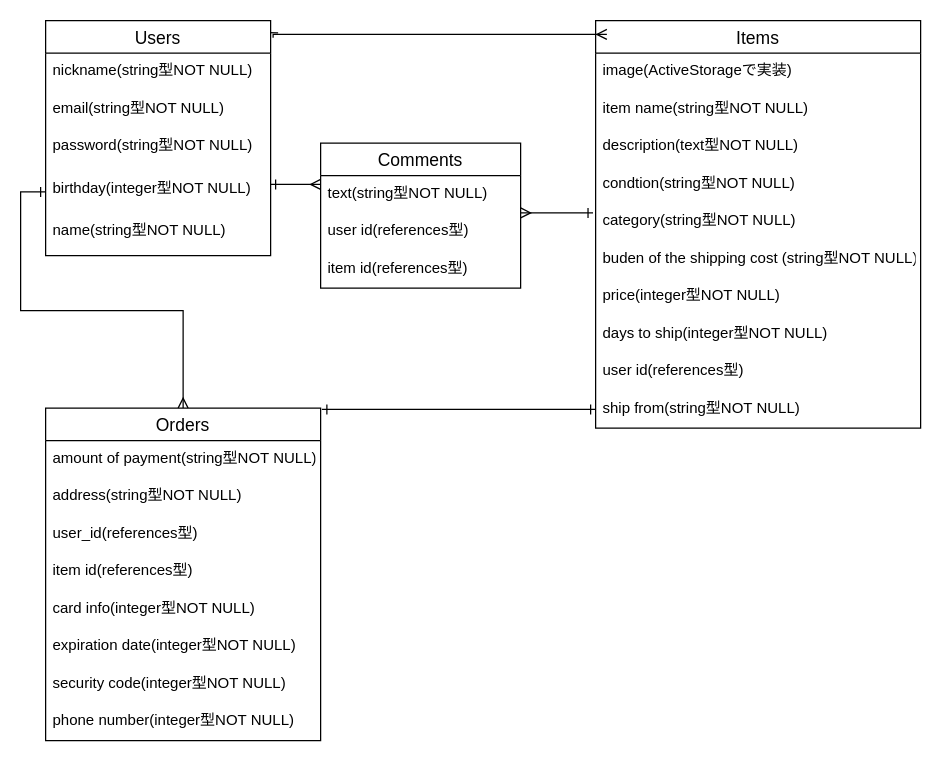
Above: furima.dio in HiroRin753/furima-30569 (draw.io), before the change. Source tidied: cells renumbered, new cells numbered last; positions are measured from the earlier drawing's top-left corner, leaving out a move shared by most shapes. Both pictures are drawn from the tidied source at 125%, with x=0, y=0 at pixel (45, 20).
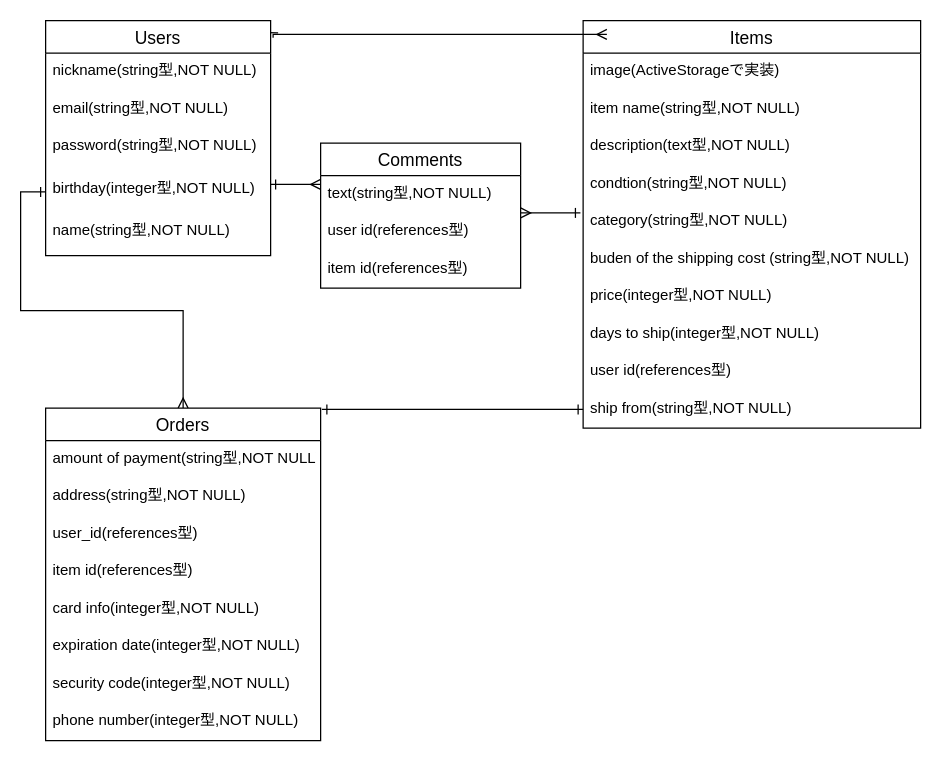
The same diagram, later.

Commit message (it also covers changes not shown here):
データベース設計

Unchanged cells that the change refers to:
```xml
<mxCell id="14" value="Users" style="swimlane;fontStyle=0;horizontal=1;startSize=26;align=center;fontSize=14;direction=east;" parent="1" vertex="1">
  <mxGeometry width="180" height="188" as="geometry" />
</mxCell>
<mxCell id="24" value="Orders" style="swimlane;fontStyle=0;horizontal=1;startSize=26;align=center;fontSize=14;" parent="1" vertex="1">
  <mxGeometry y="310" width="220" height="266" as="geometry" />
</mxCell>
<mxCell id="33" value="Comments" style="swimlane;fontStyle=0;horizontal=1;startSize=26;align=center;fontSize=14;" parent="1" vertex="1">
  <mxGeometry x="220" y="98" width="160" height="116" as="geometry" />
</mxCell>
```

Change to the diagram source:
```diff
@@
     <mxCell id="2" value="Items" style="swimlane;fontStyle=0;horizontal=1;startSize=26;align=center;fontSize=14;" parent="1" vertex="1">
-      <mxGeometry x="440" width="260" height="326" as="geometry" />
+      <mxGeometry x="430" width="270" height="326" as="geometry" />
     </mxCell>
     <mxCell id="3" value="image(ActiveStorageで実装)" style="text;strokeColor=none;fillColor=none;spacingLeft=4;spacingRight=4;overflow=hidden;fontSize=12;" parent="2" vertex="1">
-      <mxGeometry y="26" width="260" height="30" as="geometry" />
+      <mxGeometry y="26" width="270" height="30" as="geometry" />
     </mxCell>
-    <mxCell id="4" value="item name(string型NOT NULL)" style="text;strokeColor=none;fillColor=none;spacingLeft=4;spacingRight=4;overflow=hidden;fontSize=12;" parent="2" vertex="1">
-      <mxGeometry y="56" width="260" height="30" as="geometry" />
+    <mxCell id="4" value="item name(string型,NOT NULL)" style="text;strokeColor=none;fillColor=none;spacingLeft=4;spacingRight=4;overflow=hidden;fontSize=12;" parent="2" vertex="1">
+      <mxGeometry y="56" width="270" height="30" as="geometry" />
     </mxCell>
-    <mxCell id="5" value="description(text型NOT NULL)" style="text;strokeColor=none;fillColor=none;spacingLeft=4;spacingRight=4;overflow=hidden;fontSize=12;" parent="2" vertex="1">
-      <mxGeometry y="86" width="260" height="30" as="geometry" />
+    <mxCell id="5" value="description(text型,NOT NULL)" style="text;strokeColor=none;fillColor=none;spacingLeft=4;spacingRight=4;overflow=hidden;fontSize=12;" parent="2" vertex="1">
+      <mxGeometry y="86" width="270" height="30" as="geometry" />
     </mxCell>
-    <mxCell id="6" value="condtion(string型NOT NULL)&#10;" style="text;strokeColor=none;fillColor=none;spacingLeft=4;spacingRight=4;overflow=hidden;fontSize=12;" parent="2" vertex="1">
-      <mxGeometry y="116" width="260" height="30" as="geometry" />
+    <mxCell id="6" value="condtion(string型,NOT NULL)&#10;" style="text;strokeColor=none;fillColor=none;spacingLeft=4;spacingRight=4;overflow=hidden;fontSize=12;" parent="2" vertex="1">
+      <mxGeometry y="116" width="270" height="30" as="geometry" />
     </mxCell>
-    <mxCell id="7" value="category(string型NOT NULL)" style="text;strokeColor=none;fillColor=none;spacingLeft=4;spacingRight=4;overflow=hidden;points=[[0,0.5],[1,0.5]];portConstraint=eastwest;fontSize=12;" parent="2" vertex="1">
-      <mxGeometry y="146" width="260" height="30" as="geometry" />
+    <mxCell id="7" value="category(string型,NOT NULL)" style="text;strokeColor=none;fillColor=none;spacingLeft=4;spacingRight=4;overflow=hidden;points=[[0,0.5],[1,0.5]];portConstraint=eastwest;fontSize=12;" parent="2" vertex="1">
+      <mxGeometry y="146" width="270" height="30" as="geometry" />
     </mxCell>
-    <mxCell id="8" value="buden of the shipping cost (string型NOT NULL)" style="text;strokeColor=none;fillColor=none;spacingLeft=4;spacingRight=4;overflow=hidden;fontSize=12;" parent="2" vertex="1">
-      <mxGeometry y="176" width="260" height="30" as="geometry" />
+    <mxCell id="8" value="buden of the shipping cost (string型,NOT NULL)" style="text;strokeColor=none;fillColor=none;spacingLeft=4;spacingRight=4;overflow=hidden;fontSize=12;" parent="2" vertex="1">
+      <mxGeometry y="176" width="270" height="30" as="geometry" />
     </mxCell>
-    <mxCell id="9" value="price(integer型NOT NULL)" style="text;strokeColor=none;fillColor=none;spacingLeft=4;spacingRight=4;overflow=hidden;fontSize=12;" parent="2" vertex="1">
-      <mxGeometry y="206" width="260" height="30" as="geometry" />
+    <mxCell id="9" value="price(integer型,NOT NULL)" style="text;strokeColor=none;fillColor=none;spacingLeft=4;spacingRight=4;overflow=hidden;fontSize=12;" parent="2" vertex="1">
+      <mxGeometry y="206" width="270" height="30" as="geometry" />
     </mxCell>
-    <mxCell id="10" value="days to ship(integer型NOT NULL)" style="text;strokeColor=none;fillColor=none;spacingLeft=4;spacingRight=4;overflow=hidden;fontSize=12;" parent="2" vertex="1">
-      <mxGeometry y="236" width="260" height="30" as="geometry" />
+    <mxCell id="10" value="days to ship(integer型,NOT NULL)" style="text;strokeColor=none;fillColor=none;spacingLeft=4;spacingRight=4;overflow=hidden;fontSize=12;" parent="2" vertex="1">
+      <mxGeometry y="236" width="270" height="30" as="geometry" />
     </mxCell>
     <mxCell id="11" value="user id(references型)" style="text;strokeColor=none;fillColor=none;spacingLeft=4;spacingRight=4;overflow=hidden;fontSize=12;" parent="2" vertex="1">
-      <mxGeometry y="266" width="260" height="30" as="geometry" />
+      <mxGeometry y="266" width="270" height="30" as="geometry" />
     </mxCell>
-    <mxCell id="12" value="ship from(string型NOT NULL)" style="text;strokeColor=none;fillColor=none;spacingLeft=4;spacingRight=4;overflow=hidden;points=[[0,0.5],[1,0.5]];portConstraint=eastwest;fontSize=12;" parent="2" vertex="1">
-      <mxGeometry y="296" width="260" height="30" as="geometry" />
+    <mxCell id="12" value="ship from(string型,NOT NULL)" style="text;strokeColor=none;fillColor=none;spacingLeft=4;spacingRight=4;overflow=hidden;points=[[0,0.5],[1,0.5]];portConstraint=eastwest;fontSize=12;" parent="2" vertex="1">
+      <mxGeometry y="296" width="270" height="30" as="geometry" />
     </mxCell>
@@
-    <mxCell id="15" value="nickname(string型NOT NULL)&#10;" style="text;strokeColor=none;fillColor=none;spacingLeft=4;spacingRight=4;overflow=hidden;fontSize=12;" parent="14" vertex="1">
+    <mxCell id="15" value="nickname(string型,NOT NULL)&#10;" style="text;strokeColor=none;fillColor=none;spacingLeft=4;spacingRight=4;overflow=hidden;fontSize=12;" parent="14" vertex="1">
       <mxGeometry y="26" width="180" height="30" as="geometry" />
     </mxCell>
-    <mxCell id="16" value="email(string型NOT NULL)" style="text;strokeColor=none;fillColor=none;spacingLeft=4;spacingRight=4;overflow=hidden;fontSize=12;" parent="14" vertex="1">
+    <mxCell id="16" value="email(string型,NOT NULL)" style="text;strokeColor=none;fillColor=none;spacingLeft=4;spacingRight=4;overflow=hidden;fontSize=12;" parent="14" vertex="1">
       <mxGeometry y="56" width="180" height="30" as="geometry" />
     </mxCell>
-    <mxCell id="17" value="password(string型NOT NULL)" style="text;strokeColor=none;fillColor=none;spacingLeft=4;spacingRight=4;overflow=hidden;fontSize=12;" parent="14" vertex="1">
+    <mxCell id="17" value="password(string型,NOT NULL)" style="text;strokeColor=none;fillColor=none;spacingLeft=4;spacingRight=4;overflow=hidden;fontSize=12;" parent="14" vertex="1">
       <mxGeometry y="86" width="180" height="34" as="geometry" />
     </mxCell>
-    <mxCell id="18" value="birthday(integer型NOT NULL)" style="text;strokeColor=none;fillColor=none;spacingLeft=4;spacingRight=4;overflow=hidden;points=[[0,0.5],[1,0.5]];portConstraint=eastwest;fontSize=12;" parent="14" vertex="1">
+    <mxCell id="18" value="birthday(integer型,NOT NULL)" style="text;strokeColor=none;fillColor=none;spacingLeft=4;spacingRight=4;overflow=hidden;points=[[0,0.5],[1,0.5]];portConstraint=eastwest;fontSize=12;" parent="14" vertex="1">
       <mxGeometry y="120" width="180" height="34" as="geometry" />
     </mxCell>
-    <mxCell id="19" value="name(string型NOT NULL)" style="text;strokeColor=none;fillColor=none;spacingLeft=4;spacingRight=4;overflow=hidden;fontSize=12;" parent="14" vertex="1">
+    <mxCell id="19" value="name(string型,NOT NULL)" style="text;strokeColor=none;fillColor=none;spacingLeft=4;spacingRight=4;overflow=hidden;fontSize=12;" parent="14" vertex="1">
       <mxGeometry y="154" width="180" height="34" as="geometry" />
     </mxCell>
@@
-    <mxCell id="25" value="amount of payment(string型NOT NULL)" style="text;strokeColor=none;fillColor=none;spacingLeft=4;spacingRight=4;overflow=hidden;fontSize=12;" parent="24" vertex="1">
+    <mxCell id="25" value="amount of payment(string型,NOT NULL)" style="text;strokeColor=none;fillColor=none;spacingLeft=4;spacingRight=4;overflow=hidden;fontSize=12;" parent="24" vertex="1">
       <mxGeometry y="26" width="220" height="30" as="geometry" />
     </mxCell>
-    <mxCell id="26" value="address(string型NOT NULL)" style="text;strokeColor=none;fillColor=none;spacingLeft=4;spacingRight=4;overflow=hidden;fontSize=12;" parent="24" vertex="1">
+    <mxCell id="26" value="address(string型,NOT NULL)" style="text;strokeColor=none;fillColor=none;spacingLeft=4;spacingRight=4;overflow=hidden;fontSize=12;" parent="24" vertex="1">
       <mxGeometry y="56" width="220" height="30" as="geometry" />
     </mxCell>
@@
-    <mxCell id="29" value="card info(integer型NOT NULL)" style="text;strokeColor=none;fillColor=none;spacingLeft=4;spacingRight=4;overflow=hidden;fontSize=12;" parent="24" vertex="1">
+    <mxCell id="29" value="card info(integer型,NOT NULL)" style="text;strokeColor=none;fillColor=none;spacingLeft=4;spacingRight=4;overflow=hidden;fontSize=12;" parent="24" vertex="1">
       <mxGeometry y="146" width="220" height="30" as="geometry" />
     </mxCell>
-    <mxCell id="30" value="expiration date(integer型NOT NULL)" style="text;strokeColor=none;fillColor=none;spacingLeft=4;spacingRight=4;overflow=hidden;fontSize=12;" parent="24" vertex="1">
+    <mxCell id="30" value="expiration date(integer型,NOT NULL)" style="text;strokeColor=none;fillColor=none;spacingLeft=4;spacingRight=4;overflow=hidden;fontSize=12;" parent="24" vertex="1">
       <mxGeometry y="176" width="220" height="30" as="geometry" />
     </mxCell>
-    <mxCell id="31" value="security code(integer型NOT NULL)" style="text;strokeColor=none;fillColor=none;spacingLeft=4;spacingRight=4;overflow=hidden;fontSize=12;" parent="24" vertex="1">
+    <mxCell id="31" value="security code(integer型,NOT NULL)" style="text;strokeColor=none;fillColor=none;spacingLeft=4;spacingRight=4;overflow=hidden;fontSize=12;" parent="24" vertex="1">
       <mxGeometry y="206" width="220" height="30" as="geometry" />
     </mxCell>
-    <mxCell id="32" value="phone number(integer型NOT NULL)" style="text;strokeColor=none;fillColor=none;spacingLeft=4;spacingRight=4;overflow=hidden;fontSize=12;" parent="24" vertex="1">
+    <mxCell id="32" value="phone number(integer型,NOT NULL)" style="text;strokeColor=none;fillColor=none;spacingLeft=4;spacingRight=4;overflow=hidden;fontSize=12;" parent="24" vertex="1">
       <mxGeometry y="236" width="220" height="30" as="geometry" />
     </mxCell>
@@
-    <mxCell id="34" value="text(string型NOT NULL)" style="text;strokeColor=none;fillColor=none;spacingLeft=4;spacingRight=4;overflow=hidden;fontSize=12;" parent="33" vertex="1">
+    <mxCell id="34" value="text(string型,NOT NULL)" style="text;strokeColor=none;fillColor=none;spacingLeft=4;spacingRight=4;overflow=hidden;fontSize=12;" parent="33" vertex="1">
       <mxGeometry y="26" width="160" height="30" as="geometry" />
     </mxCell>
```
